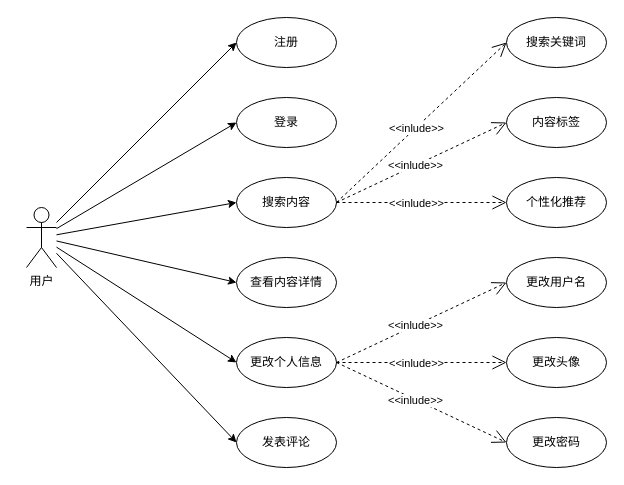
1823184701/treval keeps this draw.io diagram as 未命名绘图.drawio. Above is the earlier version. Source tidied: cells renumbered, new cells numbered last; positions are measured from the earlier drawing's top-left corner, leaving out a move shared by most shapes. Both pictures are drawn from the tidied source at 100%, with x=0, y=0 at pixel (26, 17).
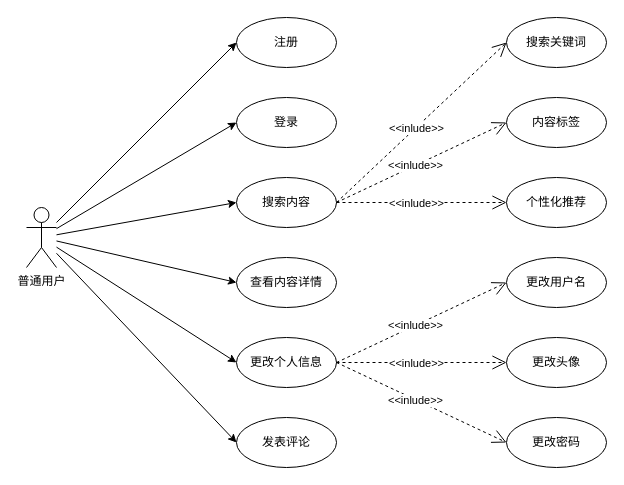
After the change.

Commit message (it also covers changes not shown here):
普通用户用例图.drawio

What changed in the source:
```diff
@@
-    <mxCell id="2" value="用户" style="shape=umlActor;verticalLabelPosition=bottom;verticalAlign=top;html=1;outlineConnect=0;" parent="1" vertex="1">
+    <mxCell id="2" value="普通用户" style="shape=umlActor;verticalLabelPosition=bottom;verticalAlign=top;html=1;outlineConnect=0;" parent="1" vertex="1">
       <mxGeometry y="190" width="30" height="60" as="geometry" />
     </mxCell>
```
